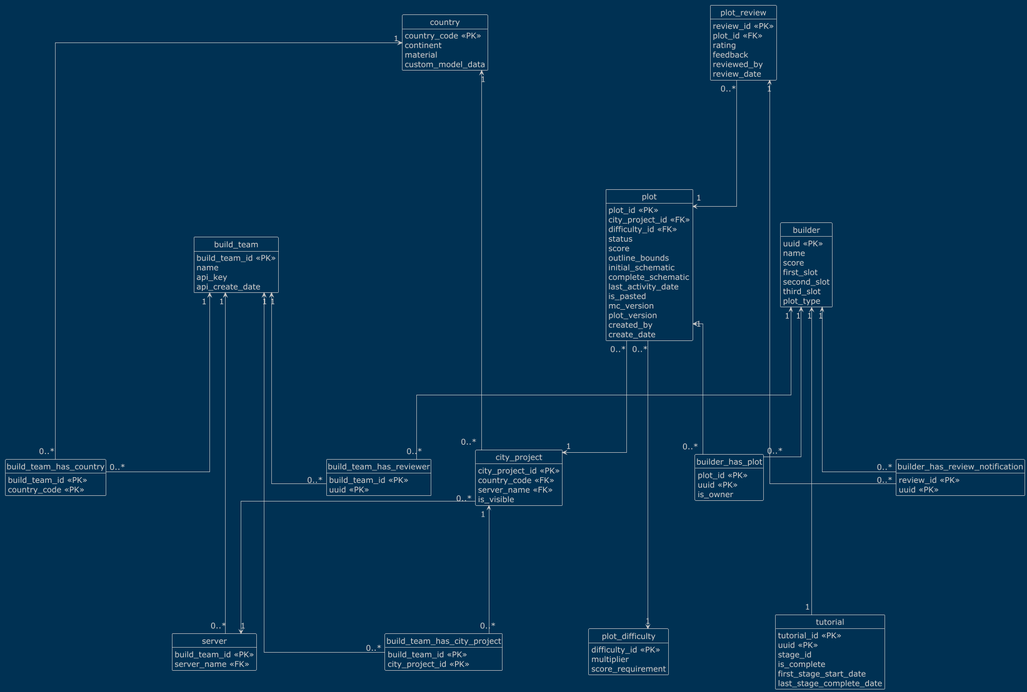
AlpsBTE/Plot-System-DB keeps this PlantUML diagram as logical-db.png. Above is the earlier version.
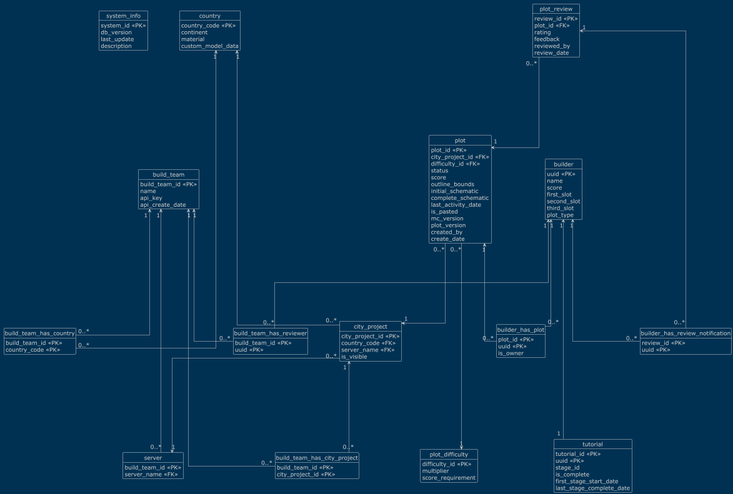
After the change.

Commit message:
add system_info table to schema

The edit, as a diff of the source:
```diff
@@ -8,6 +8,13 @@
 hide circle
 hide empty members
 !theme blueprint
+
+entity system_info {
+    system_id <<PK>>
+    db_version
+    last_update
+    description
+}
 
 entity build_team {
     build_team_id <<PK>>
```
